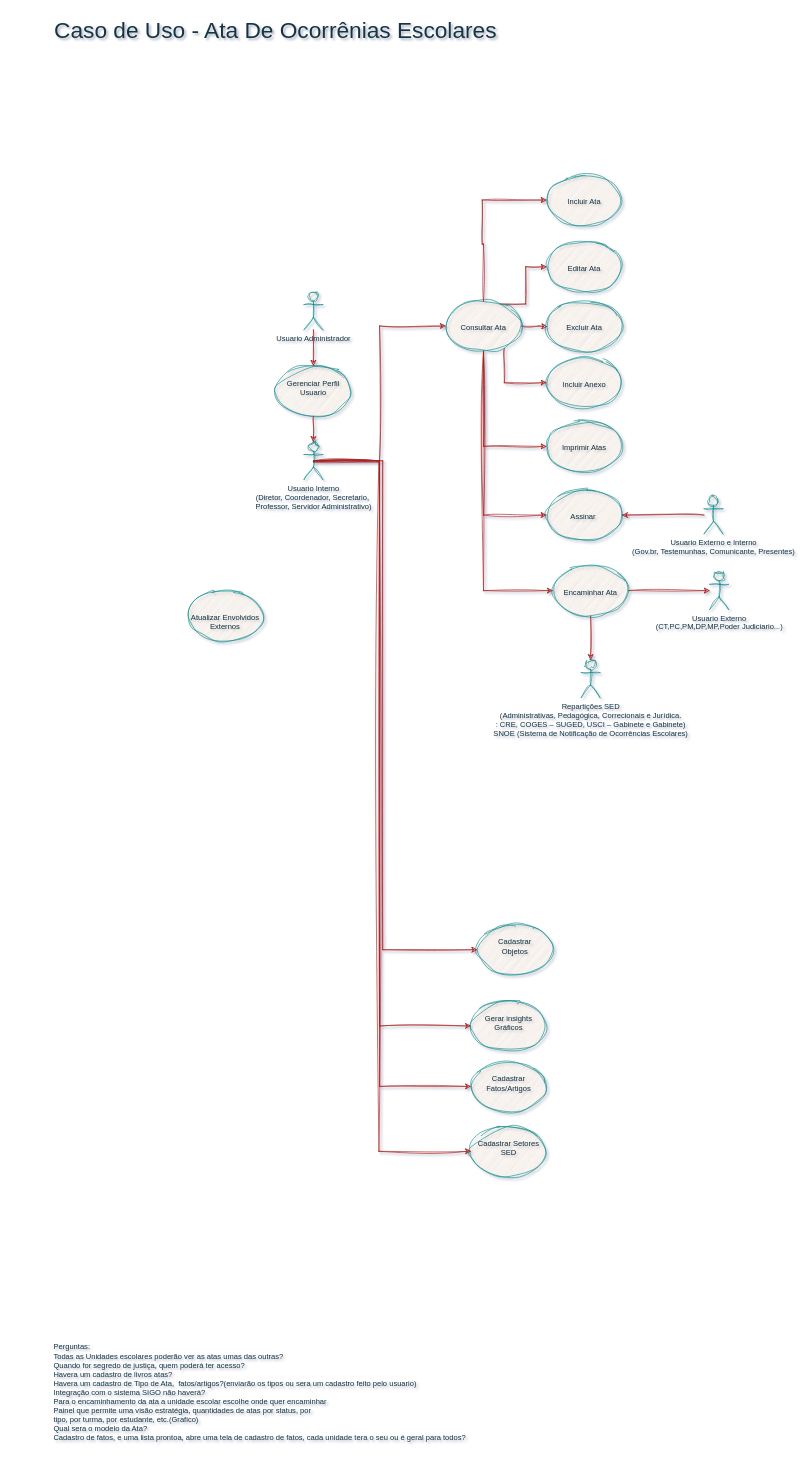
Earlier version of the draw.io diagram Ata.drawio (Regis-Dias/Ata_Digital). Source tidied: cells renumbered, new cells numbered last; positions are measured from the earlier drawing's top-left corner, leaving out a move shared by most shapes. Both pictures are drawn from the tidied source at 63%, with x=0, y=0 at pixel (11, 11).
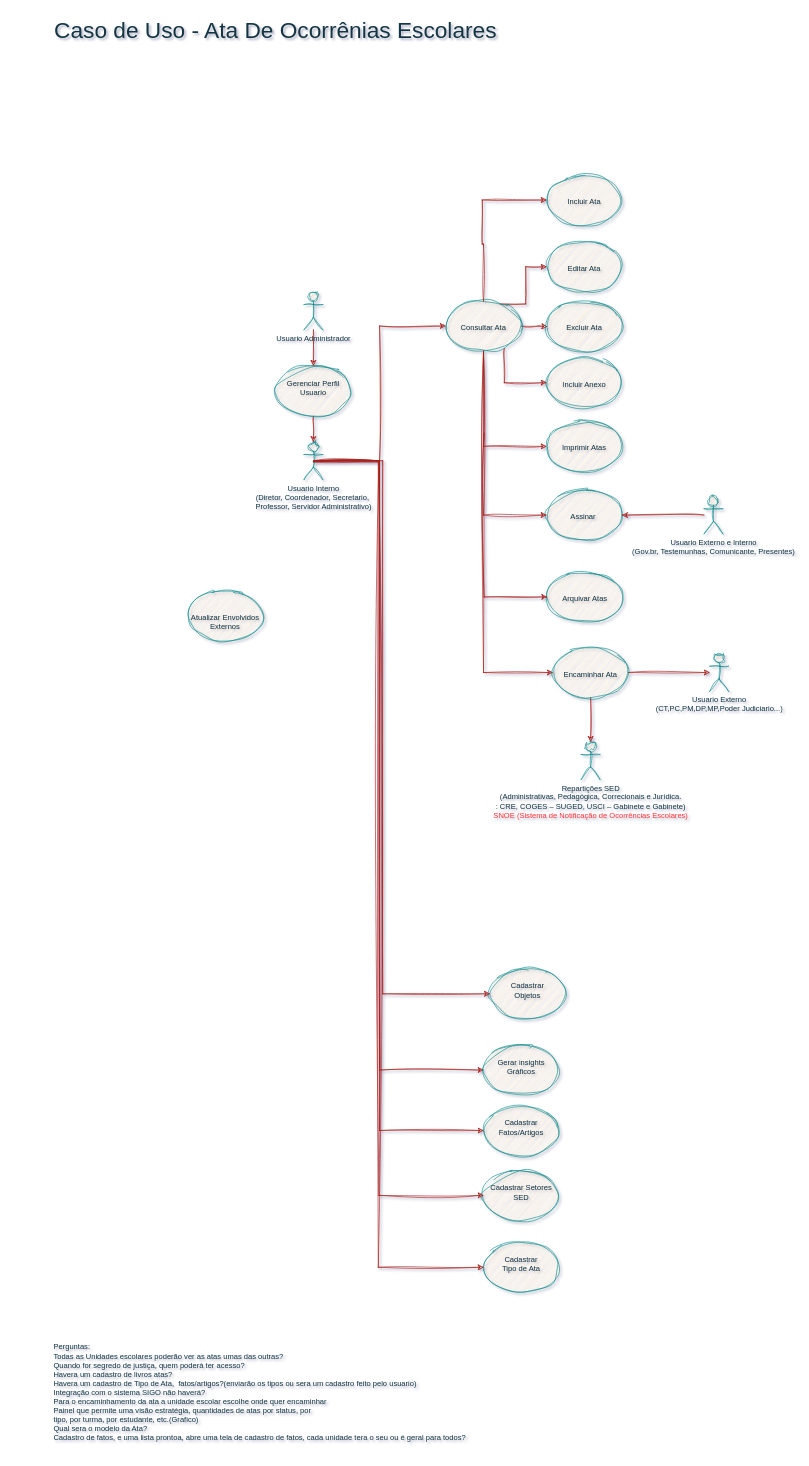
Above is the later version.

The change refers to these unchanged cells:
```xml
<mxCell id="9" value="Usuario Interno&lt;br&gt;(Diretor, Coordenador, Secretario,&amp;nbsp;&lt;div&gt;Professor, Servidor Administrativo)&lt;/div&gt;" style="shape=umlActor;verticalLabelPosition=bottom;verticalAlign=top;html=1;outlineConnect=0;labelBackgroundColor=none;fillColor=#FAE5C7;strokeColor=#0F8B8D;fontColor=#143642;sketch=1;curveFitting=1;jiggle=2;" parent="1" vertex="1">
  <mxGeometry x="465" y="684" width="30" height="60" as="geometry" />
</mxCell>
<mxCell id="11" value="&lt;div&gt;&lt;br&gt;&lt;/div&gt;&lt;div&gt;&lt;br&gt;&lt;/div&gt;Consultar Ata&lt;div&gt;&lt;/div&gt;" style="ellipse;whiteSpace=wrap;html=1;strokeColor=#0F8B8D;align=center;verticalAlign=top;fontFamily=Helvetica;fontSize=12;fontColor=#143642;fillColor=#FAE5C7;labelBackgroundColor=none;sketch=1;curveFitting=1;jiggle=2;" parent="1" vertex="1">
  <mxGeometry x="690" y="460" width="120" height="80" as="geometry" />
</mxCell>
```

Change to the diagram source:
```diff
@@
     <mxCell id="5" style="edgeStyle=orthogonalEdgeStyle;rounded=0;jettySize=auto;html=1;fontFamily=Helvetica;fontSize=12;fontColor=default;labelBackgroundColor=none;strokeColor=#A8201A;sketch=1;curveFitting=1;jiggle=2;exitX=0.5;exitY=1;exitDx=0;exitDy=0;entryX=0;entryY=0.5;entryDx=0;entryDy=0;" parent="1" edge="1" source="11" target="15">
       <mxGeometry relative="1" as="geometry">
         <Array as="points">
-          <mxPoint x="750" y="920" />
+          <mxPoint x="750" y="1050" />
         </Array>
       </mxGeometry>
     </mxCell>
@@
     <mxCell id="7" style="edgeStyle=orthogonalEdgeStyle;rounded=0;jettySize=auto;html=1;entryX=0;entryY=0.5;entryDx=0;entryDy=0;fontFamily=Helvetica;fontSize=12;fontColor=default;labelBackgroundColor=none;strokeColor=#A8201A;sketch=1;curveFitting=1;jiggle=2;exitX=0.5;exitY=0.5;exitDx=0;exitDy=0;exitPerimeter=0;" parent="1" edge="1" source="9" target="28">
       <mxGeometry relative="1" as="geometry">
         <Array as="points">
           <mxPoint x="585" y="714" />
-          <mxPoint x="585" y="1611" />
+          <mxPoint x="585" y="1681" />
         </Array>
       </mxGeometry>
     </mxCell>
     <mxCell id="8" style="edgeStyle=orthogonalEdgeStyle;rounded=0;hachureGap=4;jettySize=auto;html=1;entryX=0;entryY=0.5;entryDx=0;entryDy=0;fontFamily=Architects Daughter;labelBackgroundColor=none;strokeColor=#A8201A;fontColor=default;sketch=1;curveFitting=1;jiggle=2;exitX=0.5;exitY=0.5;exitDx=0;exitDy=0;exitPerimeter=0;" parent="1" edge="1" source="9" target="31">
       <mxGeometry relative="1" as="geometry">
         <Array as="points">
           <mxPoint x="480" y="716" />
           <mxPoint x="585" y="716" />
-          <mxPoint x="585" y="1707" />
+          <mxPoint x="585" y="1777" />
         </Array>
       </mxGeometry>
     </mxCell>
@@
     <mxCell id="10" value="Usuario Externo&lt;div&gt;(CT,PC,PM,DP,MP,Poder Judiciario...)&lt;/div&gt;" style="shape=umlActor;verticalLabelPosition=bottom;verticalAlign=top;html=1;outlineConnect=0;labelBackgroundColor=none;fillColor=#FAE5C7;strokeColor=#0F8B8D;fontColor=#143642;sketch=1;curveFitting=1;jiggle=2;" parent="1" vertex="1">
-      <mxGeometry x="1109" y="890" width="30" height="60" as="geometry" />
+      <mxGeometry x="1109" y="1020" width="30" height="60" as="geometry" />
     </mxCell>
@@
     <mxCell id="15" value="&lt;div&gt;&lt;br&gt;&lt;/div&gt;&lt;div&gt;&lt;span style=&quot;background-color: initial;&quot;&gt;&lt;br&gt;&lt;/span&gt;&lt;/div&gt;&lt;div&gt;&lt;span style=&quot;background-color: initial;&quot;&gt;Encaminhar Ata&lt;/span&gt;&lt;br&gt;&lt;/div&gt;&lt;div&gt;&lt;/div&gt;&lt;div&gt;&lt;/div&gt;&lt;div&gt;&lt;/div&gt;" style="ellipse;whiteSpace=wrap;html=1;strokeColor=#0F8B8D;align=center;verticalAlign=top;fontFamily=Helvetica;fontSize=12;fontColor=#143642;fillColor=#FAE5C7;labelBackgroundColor=none;sketch=1;curveFitting=1;jiggle=2;" parent="1" vertex="1">
-      <mxGeometry x="860" y="880" width="120" height="80" as="geometry" />
+      <mxGeometry x="860" y="1010" width="120" height="80" as="geometry" />
     </mxCell>
@@
-    <mxCell id="27" value="&lt;div&gt;Repartições SED&lt;br&gt;&lt;div&gt;(Administrativas, Pedagógica, Correcionais e Jurídica.&lt;br&gt;: CRE, COGES – SUGED, USCI – Gabinete e Gabinete)&lt;br&gt;&lt;/div&gt;&lt;/div&gt;&lt;div&gt;SNOE (Sistema de Notificação de Ocorrências Escolares)&lt;br&gt;&lt;/div&gt;&lt;div&gt;&lt;br&gt;&lt;/div&gt;" style="shape=umlActor;verticalLabelPosition=bottom;verticalAlign=top;html=1;outlineConnect=0;labelBackgroundColor=none;fillColor=#FAE5C7;strokeColor=#0F8B8D;fontColor=#143642;sketch=1;curveFitting=1;jiggle=2;" parent="1" vertex="1">
-      <mxGeometry x="905" y="1030" width="30" height="60" as="geometry" />
+    <mxCell id="27" value="&lt;div&gt;Repartições SED&lt;br&gt;&lt;div&gt;(Administrativas, Pedagógica, Correcionais e Jurídica.&lt;br&gt;: CRE, COGES – SUGED, USCI – Gabinete e Gabinete)&lt;br&gt;&lt;/div&gt;&lt;/div&gt;&lt;div&gt;&lt;font color=&quot;#ff3333&quot;&gt;SNOE (Sistema de Notificação de Ocorrências Escolares)&lt;/font&gt;&lt;br&gt;&lt;/div&gt;&lt;div&gt;&lt;br&gt;&lt;/div&gt;" style="shape=umlActor;verticalLabelPosition=bottom;verticalAlign=top;html=1;outlineConnect=0;labelBackgroundColor=none;fillColor=#FAE5C7;strokeColor=#0F8B8D;fontColor=#143642;sketch=1;curveFitting=1;jiggle=2;" parent="1" vertex="1">
+      <mxGeometry x="905" y="1160" width="30" height="60" as="geometry" />
     </mxCell>
     <mxCell id="28" value="&lt;div&gt;&lt;br&gt;&lt;/div&gt;&lt;div&gt;&lt;span style=&quot;background-color: initial;&quot;&gt;Gerar insights&lt;/span&gt;&lt;br&gt;&lt;/div&gt;Gráficos&lt;div&gt;&lt;/div&gt;&lt;div&gt;&lt;/div&gt;" style="ellipse;whiteSpace=wrap;html=1;strokeColor=#0F8B8D;align=center;verticalAlign=top;fontFamily=Helvetica;fontSize=12;fontColor=#143642;fillColor=#FAE5C7;labelBackgroundColor=none;sketch=1;curveFitting=1;jiggle=2;" parent="1" vertex="1">
-      <mxGeometry x="730" y="1571" width="120" height="80" as="geometry" />
+      <mxGeometry x="750" y="1641" width="120" height="80" as="geometry" />
     </mxCell>
@@
     <mxCell id="31" value="&lt;div&gt;&lt;br&gt;&lt;/div&gt;&lt;div&gt;&lt;span style=&quot;background-color: initial;&quot;&gt;Cadastrar Fatos/Artigos&lt;/span&gt;&lt;/div&gt;&lt;div&gt;&lt;/div&gt;" style="ellipse;whiteSpace=wrap;html=1;strokeColor=#0F8B8D;align=center;verticalAlign=top;fontFamily=Helvetica;fontSize=12;fontColor=#143642;fillColor=#FAE5C7;labelBackgroundColor=none;sketch=1;curveFitting=1;jiggle=2;" parent="1" vertex="1">
-      <mxGeometry x="730" y="1667" width="120" height="80" as="geometry" />
+      <mxGeometry x="750" y="1737" width="120" height="80" as="geometry" />
     </mxCell>
@@
     <mxCell id="34" value="&lt;div&gt;&lt;br&gt;&lt;/div&gt;&lt;div&gt;&lt;span style=&quot;background-color: initial;&quot;&gt;Cadastrar Setores SED&lt;/span&gt;&lt;/div&gt;&lt;div&gt;&lt;/div&gt;" style="ellipse;whiteSpace=wrap;html=1;strokeColor=#0F8B8D;align=center;verticalAlign=top;fontFamily=Helvetica;fontSize=12;fontColor=#143642;fillColor=#FAE5C7;labelBackgroundColor=none;sketch=1;curveFitting=1;jiggle=2;" parent="1" vertex="1">
-      <mxGeometry x="730" y="1770" width="120" height="80" as="geometry" />
+      <mxGeometry x="750" y="1840" width="120" height="80" as="geometry" />
     </mxCell>
     <mxCell id="35" style="edgeStyle=orthogonalEdgeStyle;rounded=0;hachureGap=4;jettySize=auto;html=1;entryX=0;entryY=0.5;entryDx=0;entryDy=0;fontFamily=Architects Daughter;labelBackgroundColor=none;strokeColor=#A8201A;fontColor=default;sketch=1;curveFitting=1;jiggle=2;exitX=0.5;exitY=0.5;exitDx=0;exitDy=0;exitPerimeter=0;" parent="1" edge="1" source="9" target="34">
       <mxGeometry relative="1" as="geometry">
         <Array as="points">
           <mxPoint x="584" y="714" />
-          <mxPoint x="584" y="1810" />
+          <mxPoint x="584" y="1880" />
         </Array>
       </mxGeometry>
     </mxCell>
@@
     <mxCell id="38" value="&lt;div&gt;&lt;br&gt;&lt;/div&gt;&lt;div&gt;&lt;span style=&quot;background-color: initial;&quot;&gt;Cadastrar&lt;/span&gt;&lt;/div&gt;&lt;div&gt;&lt;span style=&quot;background-color: initial;&quot;&gt;Objetos&lt;/span&gt;&lt;/div&gt;&lt;div&gt;&lt;/div&gt;&lt;div&gt;&lt;/div&gt;" style="ellipse;whiteSpace=wrap;html=1;strokeColor=#0F8B8D;align=center;verticalAlign=top;fontFamily=Helvetica;fontSize=12;fontColor=#143642;fillColor=#FAE5C7;labelBackgroundColor=none;sketch=1;curveFitting=1;jiggle=2;" parent="1" vertex="1">
-      <mxGeometry x="740" y="1450" width="120" height="80" as="geometry" />
+      <mxGeometry x="760" y="1520" width="120" height="80" as="geometry" />
     </mxCell>
     <mxCell id="39" style="edgeStyle=orthogonalEdgeStyle;rounded=0;jettySize=auto;html=1;entryX=0;entryY=0.5;entryDx=0;entryDy=0;fontFamily=Helvetica;fontSize=12;fontColor=default;labelBackgroundColor=none;strokeColor=#A8201A;sketch=1;curveFitting=1;jiggle=2;exitX=0.5;exitY=0.5;exitDx=0;exitDy=0;exitPerimeter=0;" parent="1" edge="1" source="9" target="38">
       <mxGeometry relative="1" as="geometry">
         <Array as="points">
           <mxPoint x="590" y="714" />
-          <mxPoint x="590" y="1490" />
+          <mxPoint x="590" y="1560" />
         </Array>
       </mxGeometry>
     </mxCell>
+    <mxCell id="40" value="&lt;div&gt;&lt;br&gt;&lt;/div&gt;&lt;div&gt;Cadastrar&lt;/div&gt;&lt;div&gt;Tipo de Ata&lt;/div&gt;&lt;div&gt;&lt;/div&gt;" style="ellipse;whiteSpace=wrap;html=1;strokeColor=#0F8B8D;align=center;verticalAlign=top;fontFamily=Helvetica;fontSize=12;fontColor=#143642;fillColor=#FAE5C7;labelBackgroundColor=none;sketch=1;curveFitting=1;jiggle=2;" parent="1" vertex="1">
+      <mxGeometry x="750" y="1954" width="120" height="80" as="geometry" />
+    </mxCell>
+    <mxCell id="41" style="edgeStyle=orthogonalEdgeStyle;rounded=0;hachureGap=4;jettySize=auto;html=1;entryX=0;entryY=0.5;entryDx=0;entryDy=0;fontFamily=Architects Daughter;labelBackgroundColor=none;strokeColor=#A8201A;fontColor=default;sketch=1;curveFitting=1;jiggle=2;exitX=0.5;exitY=0.5;exitDx=0;exitDy=0;exitPerimeter=0;" parent="1" edge="1" source="9" target="40">
+      <mxGeometry relative="1" as="geometry">
+        <Array as="points">
+          <mxPoint x="583" y="714" />
+          <mxPoint x="583" y="1994" />
+        </Array>
+      </mxGeometry>
+    </mxCell>
+    <mxCell id="42" value="&lt;div&gt;&lt;br&gt;&lt;/div&gt;&lt;div&gt;&lt;br&gt;&lt;/div&gt;Arquivar Atas&lt;div&gt;&lt;/div&gt;" style="ellipse;whiteSpace=wrap;html=1;strokeColor=#0F8B8D;align=center;verticalAlign=top;fontFamily=Helvetica;fontSize=12;fontColor=#143642;fillColor=#FAE5C7;labelBackgroundColor=none;sketch=1;curveFitting=1;jiggle=2;" parent="1" vertex="1">
+      <mxGeometry x="851" y="890" width="120" height="80" as="geometry" />
+    </mxCell>
+    <mxCell id="43" style="edgeStyle=orthogonalEdgeStyle;rounded=0;orthogonalLoop=1;jettySize=auto;html=1;fontFamily=Helvetica;fontSize=12;fontColor=default;labelBackgroundColor=none;strokeColor=#A8201A;sketch=1;curveFitting=1;jiggle=2;exitX=0.5;exitY=1;exitDx=0;exitDy=0;entryX=0;entryY=0.5;entryDx=0;entryDy=0;" parent="1" edge="1">
+      <mxGeometry relative="1" as="geometry">
+        <mxPoint x="751" y="670" as="sourcePoint" />
+        <mxPoint x="851" y="930" as="targetPoint" />
+        <Array as="points">
+          <mxPoint x="751" y="930" />
+        </Array>
+      </mxGeometry>
+    </mxCell>
```
